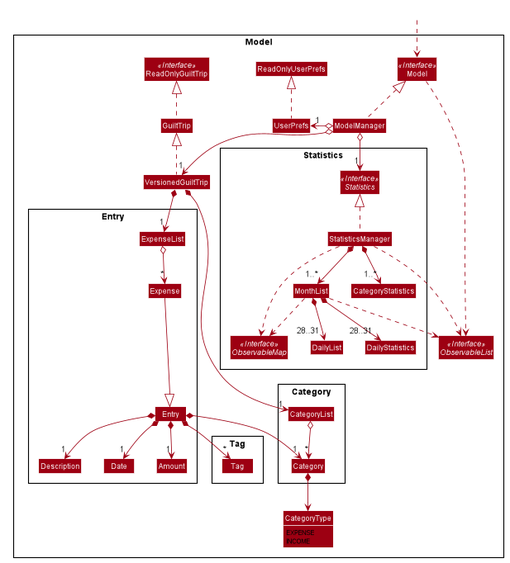
Above: docs/images/ModelClassDiagram.png in nus-cs2103-AY1920S1/addressbook-level3 (PlantUML), before the change.
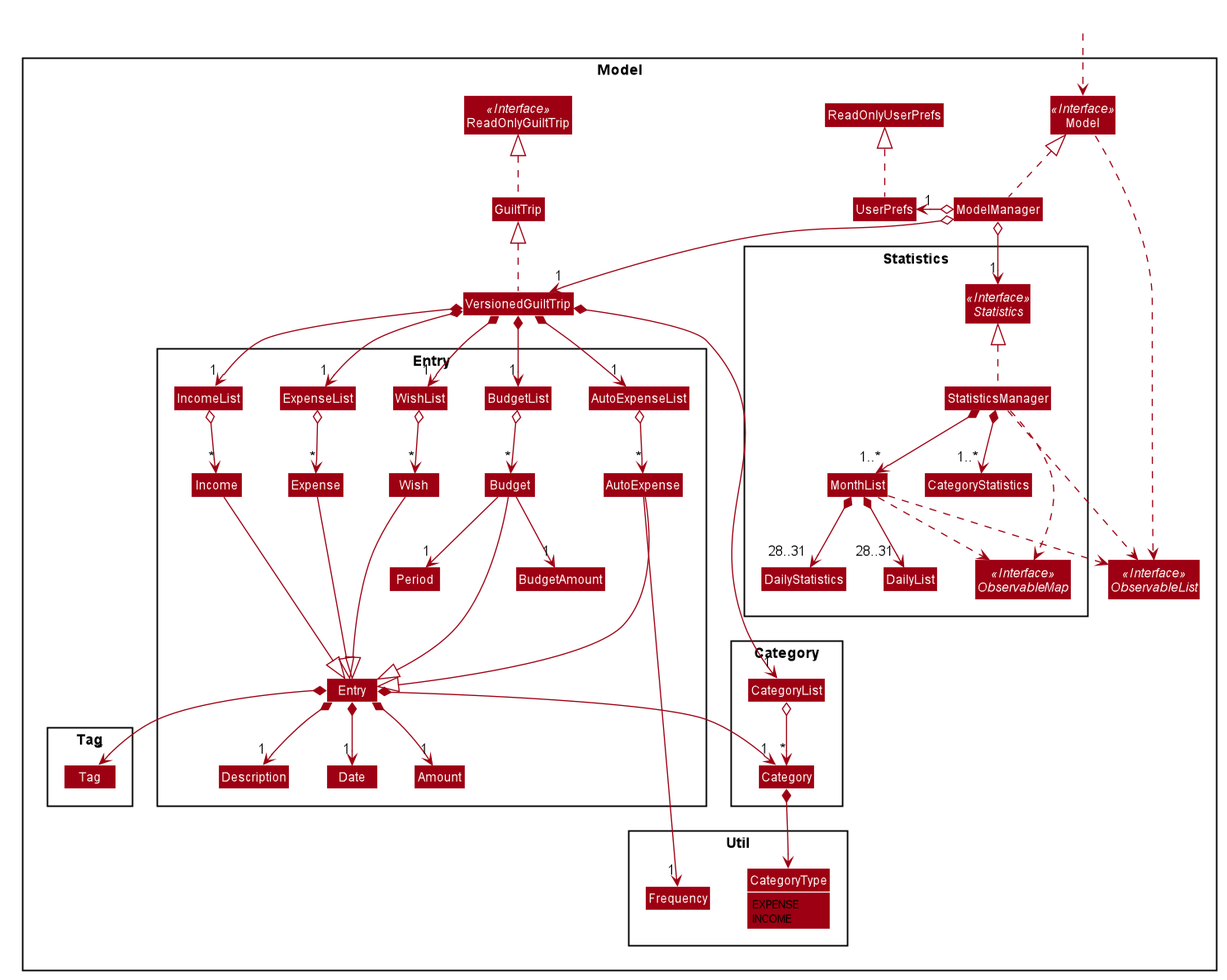
The same diagram one commit later.

Commit message:
Remove redundant files, update Model class diagram

Change to the diagram source:
```diff
@@ -65,18 +65,32 @@
 Class ReadOnlyUserPrefs
 Class VersionedGuiltTrip
 
-enum CategoryType {
-EXPENSE
-INCOME
-}
 
 Package Entry {
 Class Entry
 Class Description
 Class Date
 Class Amount
+Class BudgetAmount
+Class Period
 Class ExpenseList
 Class Expense
+Class IncomeList
+Class Income
+Class WishList
+Class Wish
+Class BudgetList
+Class Budget
+Class AutoExpense
+Class AutoExpenseList
+}
+
+Package Util {
+Class Frequency
+enum CategoryType {
+EXPENSE
+INCOME
+}
 }
 
 Package Category {
@@ -119,14 +133,32 @@
 Category *--> CategoryType
 
 VersionedGuiltTrip *--> "1" ExpenseList
+VersionedGuiltTrip *--> "1" IncomeList
+VersionedGuiltTrip *--> "1" WishList
+VersionedGuiltTrip *--> "1" BudgetList
+VersionedGuiltTrip *--> "1" AutoExpenseList
+
+ExpenseList o--> "*" Expense
+IncomeList o--> "*" Income
+BudgetList o--> "*" Budget
+WishList o--> "*" Wish
+AutoExpenseList o--> "*" AutoExpense
+
 Expense ---|> Entry
-ExpenseList o--> "*" Expense
+Income ---|> Entry
+Budget ---|> Entry
+Wish ---|> Entry
+AutoExpense ---|> Entry
+
 Entry *-->"1" Description
 Entry *-->"1" Date
 Entry *-->"1" Amount
 Entry *--> "*" Tag
 Entry *-->"1" Category
 
+Budget --> "1" BudgetAmount
+Budget --> "1" Period
+AutoExpense --> "1" Frequency
 
 StatisticsManager .up.|> Statistics
 StatisticsManager *--> "1..*" CategoryStatistics
```
